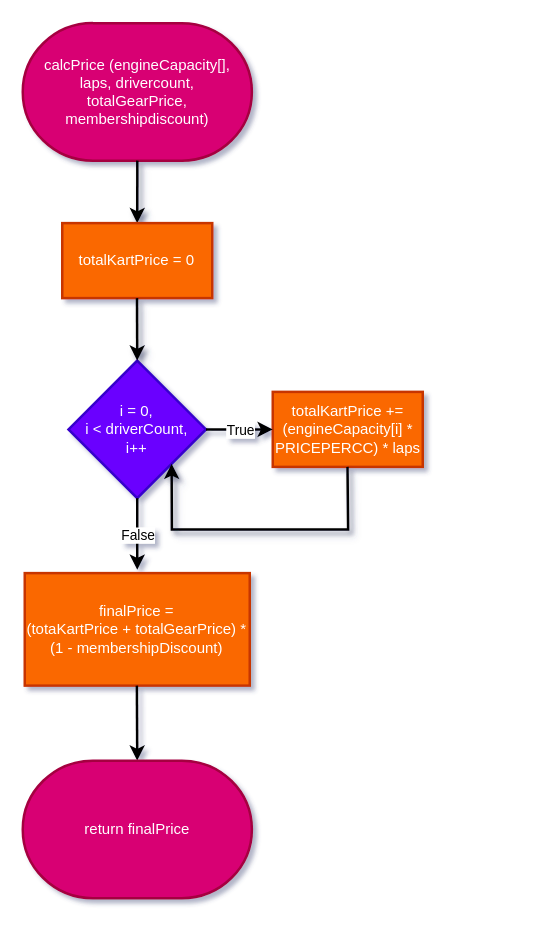
The draw.io diagram Flowcharts (draw.io)/22. calculatePrice.drawio in shahxvi/csc126-group-project, before the edit. Source tidied: cells renumbered, new cells numbered last; positions are measured from the earlier drawing's top-left corner, leaving out a move shared by most shapes. Both pictures are drawn from the tidied source at 125%, with x=0, y=0 at pixel (22, 22).
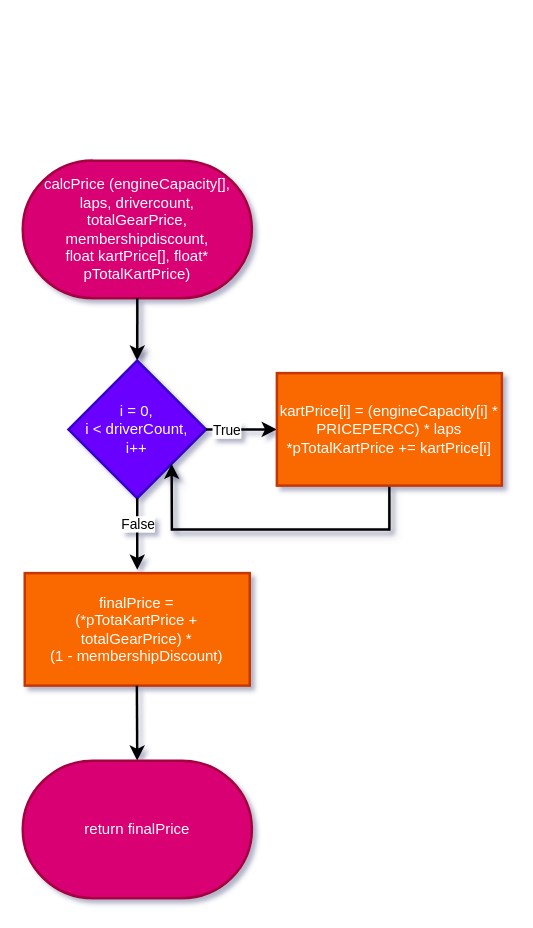
The same page after the edit.

Commit message (it also covers changes not shown here):
Update Report, Source Code, Pseudocode and Flowchart

Diff of the diagram source:
```diff
@@
 <mxGraphModel shadow="1">
   <root>
     <mxCell id="0" />
     <mxCell id="1" parent="0" />
-    <mxCell id="2" value="calcPrice (engineCapacity[],&lt;br&gt;laps, drivercount,&lt;br&gt;totalGearPrice, membershipdiscount)" style="strokeWidth=2;html=1;shape=mxgraph.flowchart.terminator;whiteSpace=wrap;fillColor=#d80073;fontColor=#ffffff;strokeColor=#A50040;" parent="1" vertex="1">
-      <mxGeometry x="-0.3" width="183.3" height="110" as="geometry" />
+    <mxCell id="2" value="calcPrice (engineCapacity[],&lt;br&gt;laps, drivercount,&lt;br&gt;totalGearPrice, membershipdiscount,&lt;br&gt;float kartPrice[], float* pTotalKartPrice)" style="strokeWidth=2;html=1;shape=mxgraph.flowchart.terminator;whiteSpace=wrap;fillColor=#d80073;fontColor=#ffffff;strokeColor=#A50040;" parent="1" vertex="1">
+      <mxGeometry x="-0.3" y="110" width="183.3" height="110" as="geometry" />
     </mxCell>
-    <mxCell id="3" style="edgeStyle=none;html=1;strokeWidth=2;shadow=1;entryX=0.5;entryY=0;entryDx=0;entryDy=0;exitX=0.5;exitY=1;exitDx=0;exitDy=0;exitPerimeter=0;" parent="1" edge="1" source="2" target="6">
-      <mxGeometry relative="1" as="geometry" />
+    <mxCell id="3" style="edgeStyle=none;html=1;strokeWidth=2;shadow=1;entryX=0.5;entryY=0;entryDx=0;entryDy=0;exitX=0.5;exitY=1;exitDx=0;exitDy=0;exitPerimeter=0;" parent="1" edge="1" source="2">
+      <mxGeometry relative="1" as="geometry">
+        <mxPoint x="91.3" y="270" as="targetPoint" />
+      </mxGeometry>
     </mxCell>
-    <mxCell id="4" value="totalKartPrice += (engineCapacity[i] * PRICEPERCC) * laps" style="whiteSpace=wrap;html=1;strokeWidth=2;fillColor=#fa6800;fontColor=#FFFFFF;strokeColor=#C73500;" parent="1" vertex="1">
-      <mxGeometry x="199.7" y="295" width="120" height="60" as="geometry" />
-    </mxCell>
     <mxCell id="5" value="i = 0,&lt;br&gt;i &amp;lt; driverCount,&lt;br&gt;i++" style="rhombus;whiteSpace=wrap;html=1;strokeWidth=2;fillColor=#6a00ff;fontColor=#ffffff;strokeColor=#3700CC;" parent="1" vertex="1">
       <mxGeometry x="36.3" y="270" width="110" height="110" as="geometry" />
     </mxCell>
-    <mxCell id="6" value="totalKartPrice = 0" style="whiteSpace=wrap;html=1;strokeWidth=2;fillColor=#fa6800;fontColor=#FFFFFF;strokeColor=#C73500;" parent="1" vertex="1">
-      <mxGeometry x="31.3" y="160" width="120" height="60" as="geometry" />
-    </mxCell>
-    <mxCell id="7" style="edgeStyle=none;html=1;strokeWidth=2;shadow=1;entryX=0.5;entryY=0;entryDx=0;entryDy=0;" parent="1" edge="1" target="5">
-      <mxGeometry relative="1" as="geometry">
-        <mxPoint x="91.1" y="220" as="sourcePoint" />
-      </mxGeometry>
-    </mxCell>
-    <mxCell id="8" value="finalPrice =&lt;br&gt;(totaKartPrice + totalGearPrice) *&lt;br&gt;(1 - membershipDiscount)" style="whiteSpace=wrap;html=1;strokeWidth=2;fillColor=#fa6800;fontColor=#FFFFFF;strokeColor=#C73500;" parent="1" vertex="1">
+    <mxCell id="8" value="finalPrice =&lt;br&gt;(*pTotaKartPrice + totalGearPrice) *&lt;br&gt;(1 - membershipDiscount)" style="whiteSpace=wrap;html=1;strokeWidth=2;fillColor=#fa6800;fontColor=#FFFFFF;strokeColor=#C73500;" parent="1" vertex="1">
       <mxGeometry x="1.3" y="440" width="180" height="90" as="geometry" />
     </mxCell>
     <mxCell id="9" style="edgeStyle=none;html=1;strokeWidth=2;entryX=0.5;entryY=0;entryDx=0;entryDy=0;entryPerimeter=0;" parent="1" edge="1">
       <mxGeometry relative="1" as="geometry">
         <mxPoint x="91" y="530" as="sourcePoint" />
         <mxPoint x="91.3" y="590" as="targetPoint" />
       </mxGeometry>
     </mxCell>
-    <mxCell id="10" style="edgeStyle=none;html=1;strokeWidth=2;shadow=1;rounded=0;curved=0;entryX=1;entryY=1;entryDx=0;entryDy=0;" parent="1" edge="1" target="5">
+    <mxCell id="10" style="edgeStyle=none;html=1;strokeWidth=2;shadow=1;rounded=0;curved=0;entryX=1;entryY=1;entryDx=0;entryDy=0;exitX=0.5;exitY=1;exitDx=0;exitDy=0;" parent="1" edge="1" source="16" target="5">
       <mxGeometry relative="1" as="geometry">
-        <mxPoint x="259.5" y="355" as="sourcePoint" />
         <Array as="points">
-          <mxPoint x="260" y="405" />
+          <mxPoint x="293" y="405" />
           <mxPoint x="119" y="405" />
         </Array>
       </mxGeometry>
     </mxCell>
-    <mxCell id="11" style="endArrow=classic;html=1;exitX=1;exitY=0.5;exitDx=0;exitDy=0;entryX=0;entryY=0.5;entryDx=0;entryDy=0;strokeWidth=2;" parent="1" edge="1" source="5" target="4">
+    <mxCell id="11" style="endArrow=classic;html=1;exitX=1;exitY=0.5;exitDx=0;exitDy=0;entryX=0;entryY=0.5;entryDx=0;entryDy=0;strokeWidth=2;" parent="1" edge="1" source="5" target="16">
       <mxGeometry relative="1" as="geometry" />
     </mxCell>
     <mxCell id="12" value="True" style="edgeLabel;html=1;align=center;verticalAlign=middle;" parent="11" vertex="1">
-      <mxGeometry relative="1" as="geometry" />
+      <mxGeometry relative="1" as="geometry">
+        <mxPoint x="-12" as="offset" />
+      </mxGeometry>
     </mxCell>
     <mxCell id="13" style="endArrow=classic;html=1;exitX=0.5;exitY=1;exitDx=0;exitDy=0;entryX=0.5;entryY=-0.03;entryDx=0;entryDy=0;entryPerimeter=0;strokeWidth=2;" parent="1" edge="1" source="5" target="8">
       <mxGeometry relative="1" as="geometry" />
     </mxCell>
     <mxCell id="14" value="False" style="edgeLabel;html=1;align=center;verticalAlign=middle;" parent="13" vertex="1">
-      <mxGeometry relative="1" as="geometry" />
+      <mxGeometry relative="1" as="geometry">
+        <mxPoint y="-9" as="offset" />
+      </mxGeometry>
     </mxCell>
     <mxCell id="15" value="return finalPrice" style="strokeWidth=2;html=1;shape=mxgraph.flowchart.terminator;whiteSpace=wrap;fillColor=#d80073;fontColor=#ffffff;strokeColor=#A50040;" parent="1" vertex="1">
       <mxGeometry x="-0.3" y="590" width="183.3" height="110" as="geometry" />
     </mxCell>
+    <mxCell id="16" value="kartPrice[i] = (engineCapacity[i] * PRICEPERCC) * laps&lt;br&gt;*pTotalKartPrice += kartPrice[i]" style="whiteSpace=wrap;html=1;strokeWidth=2;fillColor=#fa6800;fontColor=#FFFFFF;strokeColor=#C73500;" parent="1" vertex="1">
+      <mxGeometry x="203" y="280" width="180" height="90" as="geometry" />
+    </mxCell>
   </root>
 </mxGraphModel>
```
